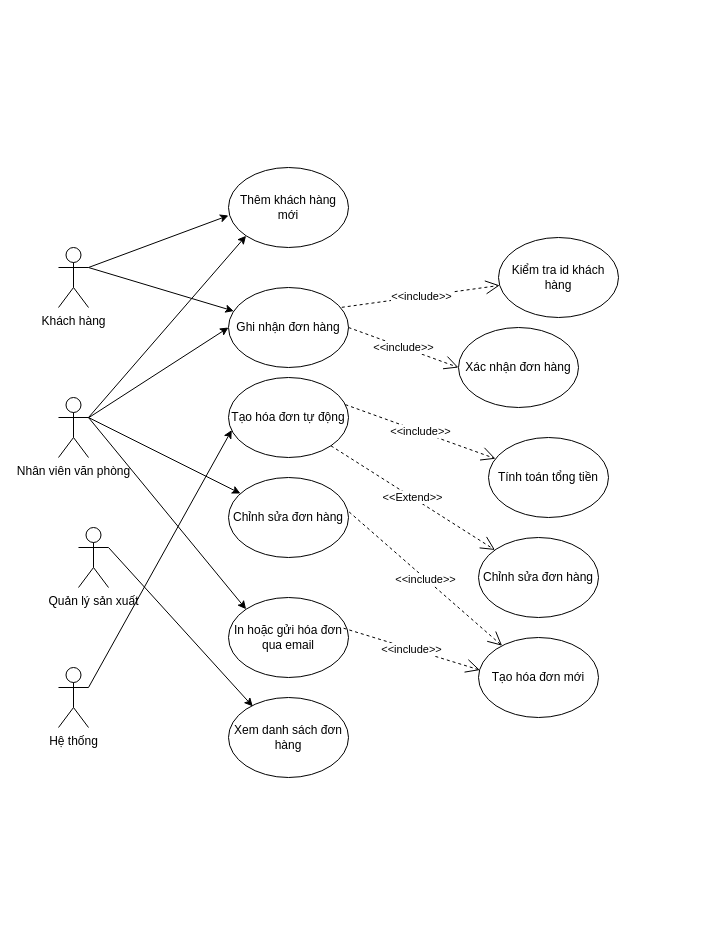
Above: Quanlydonhang)13_325.drawio in NgoAnhThanThien/thanthien123 (draw.io), before the change. Source tidied: cells renumbered, new cells numbered last; positions are measured from the earlier drawing's top-left corner, leaving out a move shared by most shapes. Both pictures are drawn from the tidied source at 100%, with x=0, y=0 at pixel (58, 167).
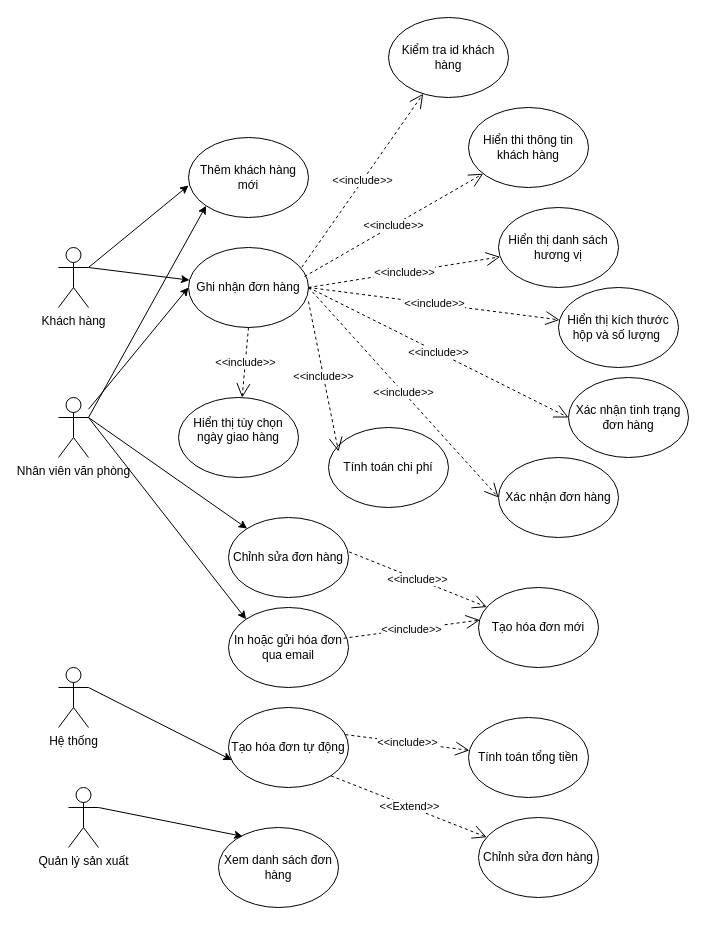
The same diagram, later.

What changed in the source:
```diff
@@
     <mxCell id="4" value="Quản lý sản xuất" style="shape=umlActor;verticalLabelPosition=bottom;verticalAlign=top;html=1;outlineConnect=0;" parent="1" vertex="1">
-      <mxGeometry x="20" y="360" width="30" height="60" as="geometry" />
+      <mxGeometry x="10" y="620" width="30" height="60" as="geometry" />
     </mxCell>
@@
     <mxCell id="6" value="Thêm khách hàng mới" style="ellipse;whiteSpace=wrap;html=1;" parent="1" vertex="1">
-      <mxGeometry x="170" width="120" height="80" as="geometry" />
+      <mxGeometry x="130" y="-30" width="120" height="80" as="geometry" />
     </mxCell>
     <mxCell id="7" value="Ghi nhận đơn hàng" style="ellipse;whiteSpace=wrap;html=1;" parent="1" vertex="1">
-      <mxGeometry x="170" y="120" width="120" height="80" as="geometry" />
+      <mxGeometry x="130" y="80" width="120" height="80" as="geometry" />
     </mxCell>
     <mxCell id="8" value="Tạo hóa đơn tự động " style="ellipse;whiteSpace=wrap;html=1;" parent="1" vertex="1">
-      <mxGeometry x="170" y="210" width="120" height="80" as="geometry" />
+      <mxGeometry x="170" y="540" width="120" height="80" as="geometry" />
     </mxCell>
     <mxCell id="9" value="Chỉnh sửa đơn hàng" style="ellipse;whiteSpace=wrap;html=1;" parent="1" vertex="1">
-      <mxGeometry x="170" y="310" width="120" height="80" as="geometry" />
+      <mxGeometry x="170" y="350" width="120" height="80" as="geometry" />
     </mxCell>
     <mxCell id="10" value="In hoặc gửi hóa đơn qua email" style="ellipse;whiteSpace=wrap;html=1;" parent="1" vertex="1">
-      <mxGeometry x="170" y="430" width="120" height="80" as="geometry" />
+      <mxGeometry x="170" y="440" width="120" height="80" as="geometry" />
     </mxCell>
     <mxCell id="11" value="Xem danh sách đơn hàng" style="ellipse;whiteSpace=wrap;html=1;" parent="1" vertex="1">
-      <mxGeometry x="170" y="530" width="120" height="80" as="geometry" />
+      <mxGeometry x="160" y="660" width="120" height="80" as="geometry" />
     </mxCell>
@@
     <mxCell id="20" value="Kiểm tra id khách hàng" style="ellipse;whiteSpace=wrap;html=1;" parent="1" vertex="1">
-      <mxGeometry x="440" y="70" width="120" height="80" as="geometry" />
+      <mxGeometry x="330" y="-150" width="120" height="80" as="geometry" />
     </mxCell>
@@
     <mxCell id="22" value="Xác nhận đơn hàng" style="ellipse;whiteSpace=wrap;html=1;" parent="1" vertex="1">
-      <mxGeometry x="400" y="160" width="120" height="80" as="geometry" />
+      <mxGeometry x="440" y="290" width="120" height="80" as="geometry" />
     </mxCell>
@@
     <mxCell id="24" value="Tính toán tổng tiền" style="ellipse;whiteSpace=wrap;html=1;" parent="1" vertex="1">
-      <mxGeometry x="430" y="270" width="120" height="80" as="geometry" />
+      <mxGeometry x="410" y="550" width="120" height="80" as="geometry" />
     </mxCell>
@@
     <mxCell id="27" value="Chỉnh sửa đơn hàng" style="ellipse;whiteSpace=wrap;html=1;" parent="1" vertex="1">
-      <mxGeometry x="420" y="370" width="120" height="80" as="geometry" />
+      <mxGeometry x="420" y="650" width="120" height="80" as="geometry" />
     </mxCell>
     <mxCell id="28" value="Tạo hóa đơn mới" style="ellipse;whiteSpace=wrap;html=1;" parent="1" vertex="1">
-      <mxGeometry x="420" y="470" width="120" height="80" as="geometry" />
+      <mxGeometry x="420" y="420" width="120" height="80" as="geometry" />
     </mxCell>
@@
+    <mxCell id="31" value="Hiển thi thông tin khách hàng" style="ellipse;whiteSpace=wrap;html=1;" parent="1" vertex="1">
+      <mxGeometry x="410" y="-60" width="120" height="80" as="geometry" />
+    </mxCell>
+    <mxCell id="32" value="&amp;lt;&amp;lt;include&amp;gt;&amp;gt;" style="endArrow=open;endSize=12;dashed=1;html=1;rounded=0;exitX=0.967;exitY=0.363;exitDx=0;exitDy=0;exitPerimeter=0;" parent="1" edge="1" source="7" target="31">
+      <mxGeometry relative="1" as="geometry" />
+    </mxCell>
+    <mxCell id="33" value="&lt;div&gt;&lt;span style=&quot;background-color: transparent; color: light-dark(rgb(0, 0, 0), rgb(255, 255, 255));&quot;&gt;Hiển thị danh sách hương vị&lt;/span&gt;&lt;/div&gt;" style="ellipse;whiteSpace=wrap;html=1;" parent="1" vertex="1">
+      <mxGeometry x="440" y="40" width="120" height="80" as="geometry" />
+    </mxCell>
+    <mxCell id="34" value="&amp;lt;&amp;lt;include&amp;gt;&amp;gt;" style="endArrow=open;endSize=12;dashed=1;html=1;rounded=0;exitX=1;exitY=0.5;exitDx=0;exitDy=0;" parent="1" edge="1" source="7" target="33">
+      <mxGeometry relative="1" as="geometry" />
+    </mxCell>
+    <mxCell id="35" value="Hiển thị kích thước hộp và số lượng&amp;nbsp;" style="ellipse;whiteSpace=wrap;html=1;" parent="1" vertex="1">
+      <mxGeometry x="500" y="120" width="120" height="80" as="geometry" />
+    </mxCell>
+    <mxCell id="36" value="&amp;lt;&amp;lt;include&amp;gt;&amp;gt;" style="endArrow=open;endSize=12;dashed=1;html=1;rounded=0;exitX=1;exitY=0.5;exitDx=0;exitDy=0;" parent="1" edge="1" source="7" target="35">
+      <mxGeometry relative="1" as="geometry" />
+    </mxCell>
+    <mxCell id="37" value="Tính toán chi phí" style="ellipse;whiteSpace=wrap;html=1;" parent="1" vertex="1">
+      <mxGeometry x="270" y="260" width="120" height="80" as="geometry" />
+    </mxCell>
+    <mxCell id="38" value="&amp;lt;&amp;lt;include&amp;gt;&amp;gt;" style="endArrow=open;endSize=12;dashed=1;html=1;rounded=0;exitX=1;exitY=0.675;exitDx=0;exitDy=0;entryX=0.083;entryY=0.3;entryDx=0;entryDy=0;exitPerimeter=0;entryPerimeter=0;" parent="1" edge="1" source="7" target="37">
+      <mxGeometry relative="1" as="geometry" />
+    </mxCell>
+    <mxCell id="39" value="&amp;lt;&amp;lt;include&amp;gt;&amp;gt;" style="endArrow=open;endSize=12;dashed=1;html=1;rounded=0;exitX=1;exitY=0.5;exitDx=0;exitDy=0;entryX=0;entryY=0.5;entryDx=0;entryDy=0;" parent="1" edge="1" source="7" target="40">
+      <mxGeometry relative="1" as="geometry" />
+    </mxCell>
+    <mxCell id="40" value="Xác nhận tình trạng đơn hàng" style="ellipse;whiteSpace=wrap;html=1;" parent="1" vertex="1">
+      <mxGeometry x="510" y="210" width="120" height="80" as="geometry" />
+    </mxCell>
+    <mxCell id="41" value="&#10;Hiển thị tùy chọn ngày giao hàng&#10;&#10;" style="ellipse;whiteSpace=wrap;html=1;" parent="1" vertex="1">
+      <mxGeometry x="120" y="230" width="120" height="80" as="geometry" />
+    </mxCell>
+    <mxCell id="42" value="&amp;lt;&amp;lt;include&amp;gt;&amp;gt;" style="endArrow=open;endSize=12;dashed=1;html=1;rounded=0;exitX=0.5;exitY=1;exitDx=0;exitDy=0;" parent="1" edge="1" source="7" target="41">
+      <mxGeometry relative="1" as="geometry" />
+    </mxCell>
```
